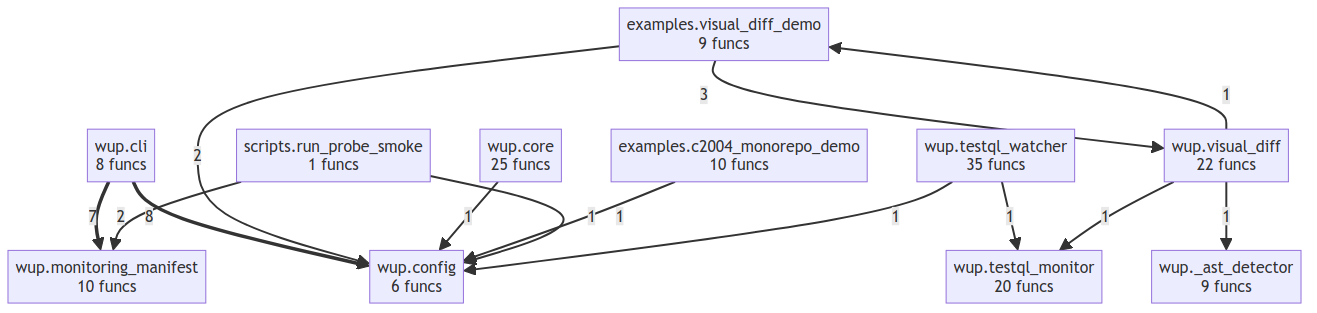
The Mermaid diagram project/compact_flow.png in semcod/wup, before a commit. Its source is kept beside it as project/compact_flow.mmd.
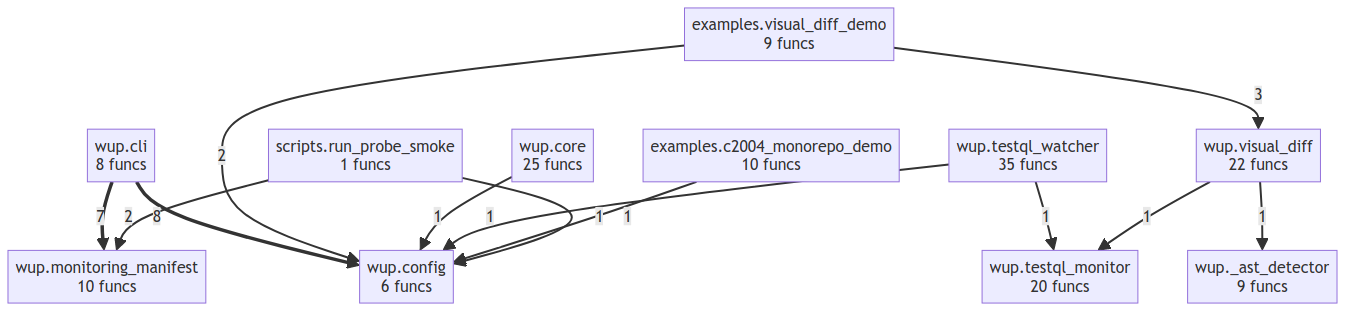
Above is the later version.

The edit, as a diff of the source:
```diff
@@ -16,10 +16,9 @@
     examples__visual_diff_demo -->|2| wup__config
     scripts__run_probe_smoke -->|2| wup__monitoring_manifest
     wup__core -->|1| wup__config
-    examples__c2004_monorepo_demo -->|1| wup__config
-    scripts__run_probe_smoke -->|1| wup__config
     wup__testql_watcher -->|1| wup__config
     wup__testql_watcher -->|1| wup__testql_monitor
     wup__visual_diff -->|1| wup__testql_monitor
     wup__visual_diff -->|1| wup___ast_detector
-    wup__visual_diff -->|1| examples__visual_diff_demo
+    examples__c2004_monorepo_demo -->|1| wup__config
+    scripts__run_probe_smoke -->|1| wup__config
```
